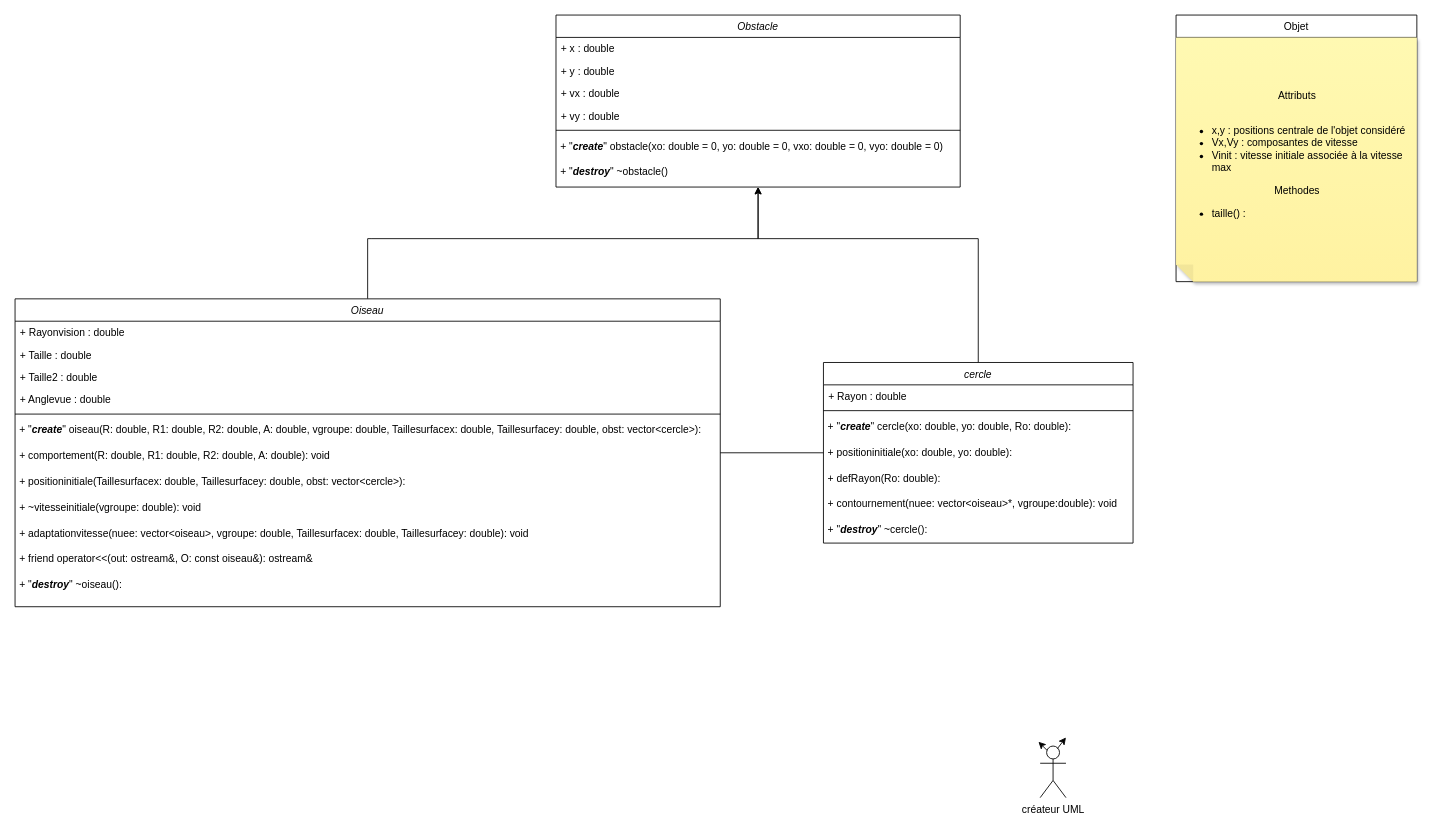
Earlier version of the draw.io diagram Diagrammeclasse.drawio (Bribrigentil/projet). Source tidied: cells renumbered, new cells numbered last; positions are measured from the earlier drawing's top-left corner, leaving out a move shared by most shapes. Both pictures are drawn from the tidied source at 86%, with x=0, y=0 at pixel (15, 15).
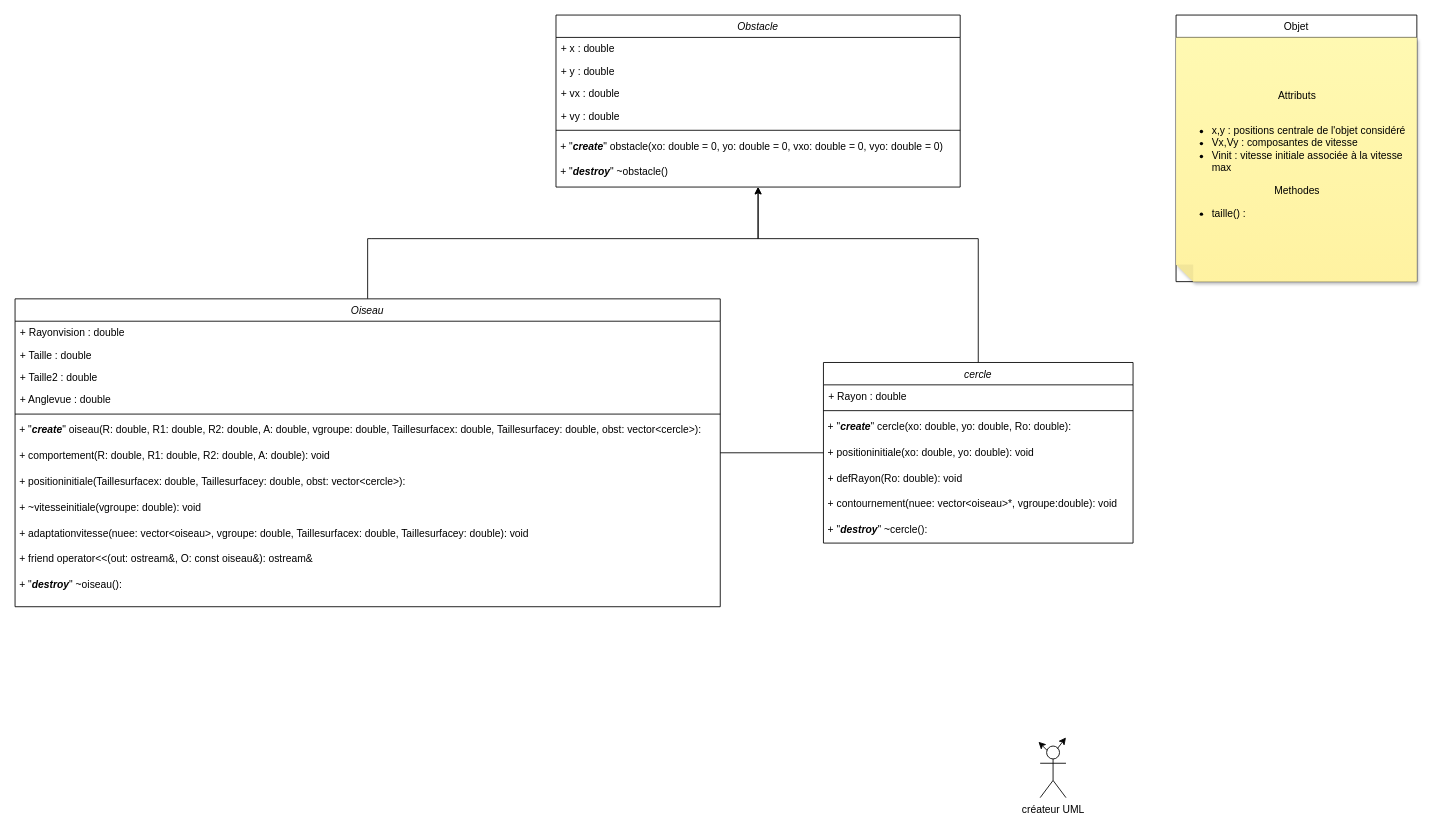
After the change.

Unchanged cells that the change refers to:
```xml
<mxCell id="30" value="cercle" style="swimlane;fontStyle=2;align=center;verticalAlign=top;horizontal=1;startSize=26;rounded=0;shadow=0;strokeWidth=1;" parent="1" vertex="1">
  <mxGeometry x="940" y="404" width="360" height="210" as="geometry" />
</mxCell>
```

Change to the diagram source:
```diff
@@
-    <mxCell id="34" value="&lt;div&gt;&amp;nbsp;+ positioninitiale(xo: double, yo: double):&lt;/div&gt;" style="text;html=1;align=left;verticalAlign=middle;strokeColor=none;fillColor=none;" parent="30" vertex="1">
+    <mxCell id="34" value="&lt;div&gt;&amp;nbsp;+ positioninitiale(xo: double, yo: double): void&lt;br&gt;&lt;/div&gt;" style="text;html=1;align=left;verticalAlign=middle;strokeColor=none;fillColor=none;" parent="30" vertex="1">
       <mxGeometry y="90" width="360" height="30" as="geometry" />
     </mxCell>
-    <mxCell id="35" value="&lt;div&gt;&amp;nbsp;+ defRayon(Ro: double):&lt;/div&gt;" style="text;html=1;align=left;verticalAlign=middle;strokeColor=none;fillColor=none;" parent="30" vertex="1">
+    <mxCell id="35" value="&lt;div&gt;&amp;nbsp;+ defRayon(Ro: double): void&lt;br&gt;&lt;/div&gt;" style="text;html=1;align=left;verticalAlign=middle;strokeColor=none;fillColor=none;" parent="30" vertex="1">
       <mxGeometry y="120" width="360" height="30" as="geometry" />
     </mxCell>
```
